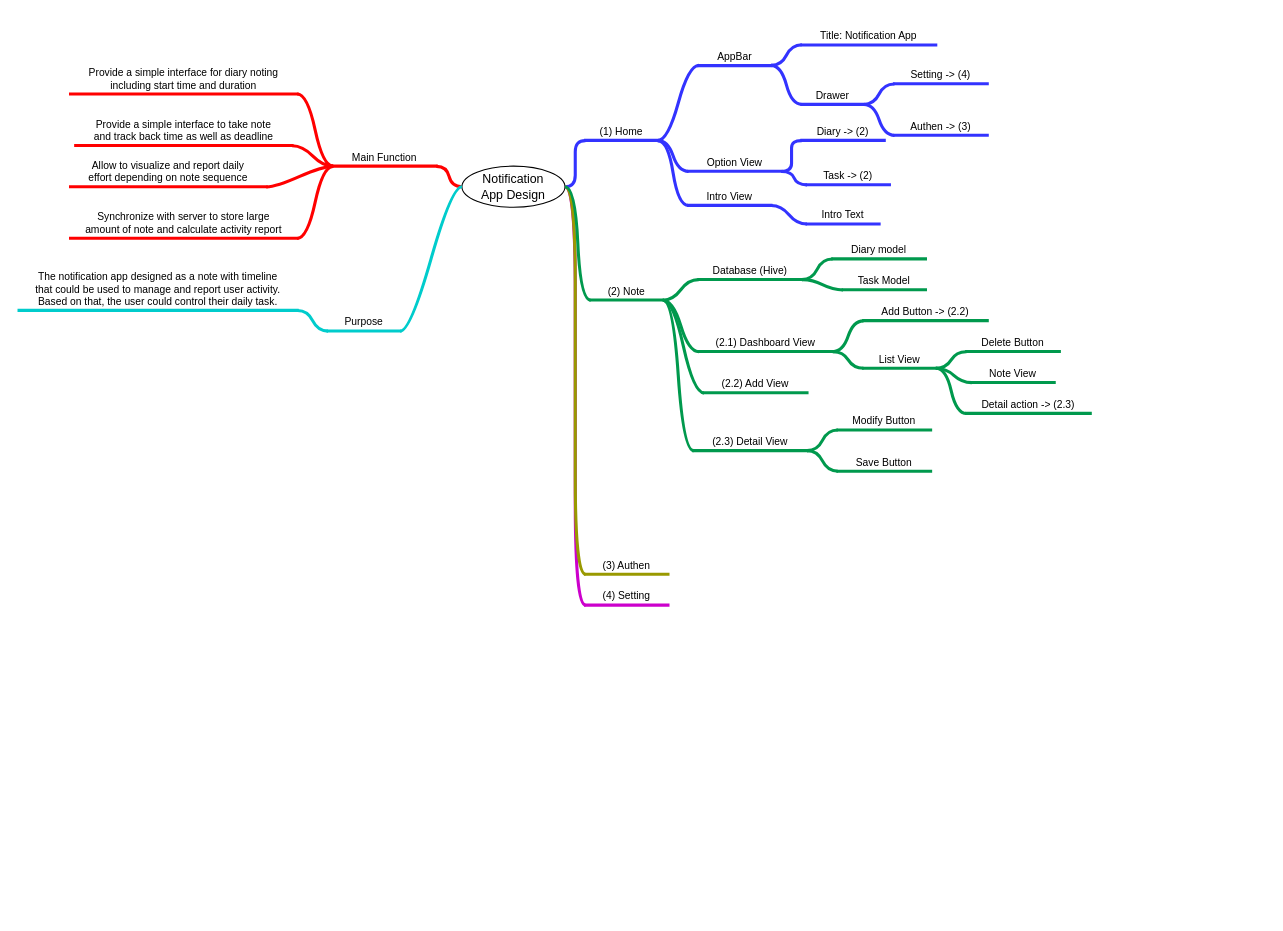
This is frontend/docs/app_design.drawio from larycoder/notification, a draw.io file, before an edit. Source tidied: cells renumbered, new cells numbered last; positions are measured from the earlier drawing's top-left corner, leaving out a move shared by most shapes. Both pictures are drawn from the tidied source at 103%, with x=0, y=0 at pixel (19, 18).
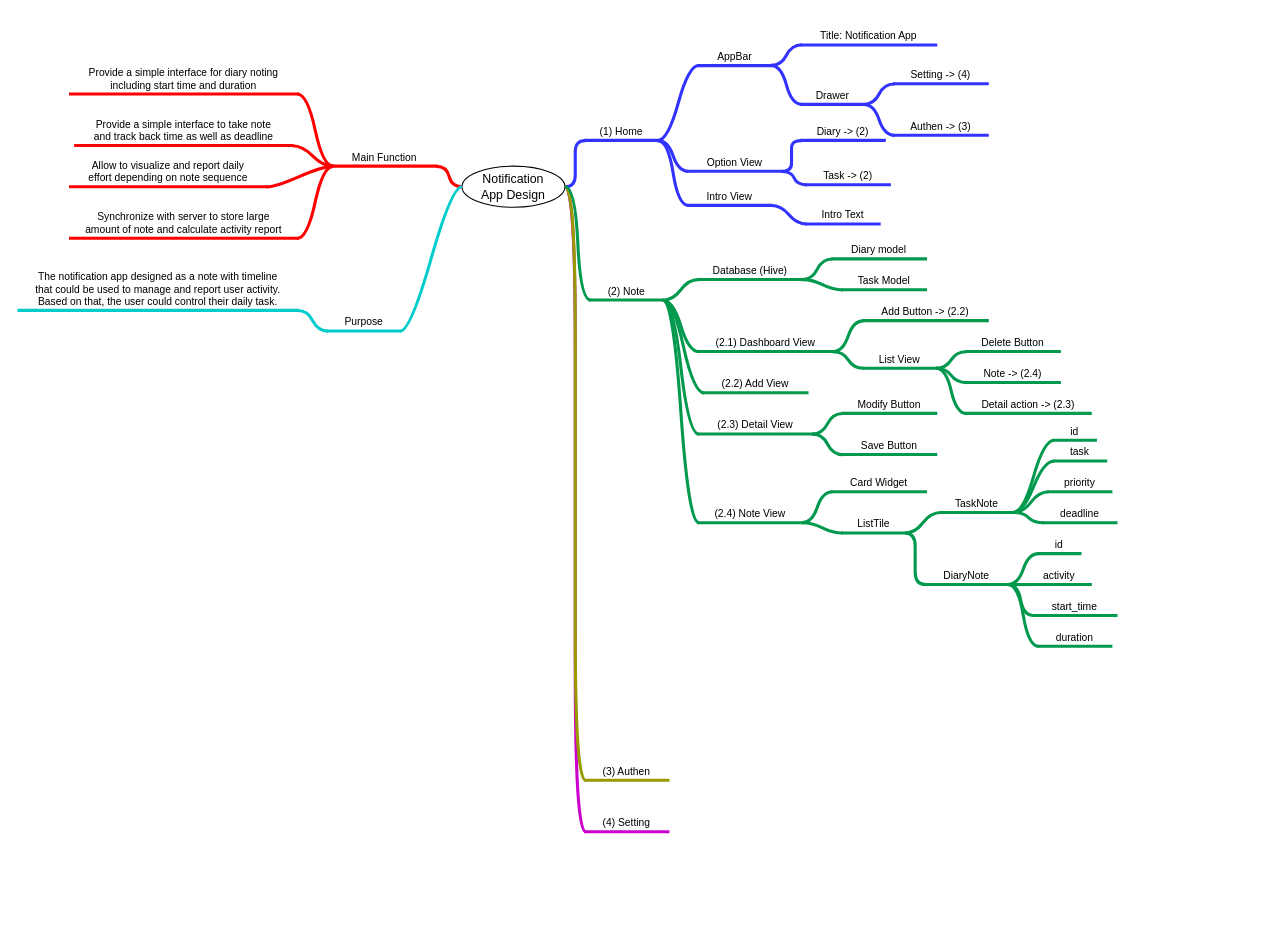
The same diagram, later.

Commit message (it also covers changes not shown here):
LH    : update design for note view

The change refers to these unchanged cells:
```xml
<mxCell id="40" value="(2) Note" style="whiteSpace=wrap;html=1;shape=partialRectangle;top=0;left=0;bottom=1;right=0;points=[[0,1],[1,1]];fillColor=none;align=center;verticalAlign=bottom;routingCenterY=0.5;snapToPoint=1;newEdgeStyle={&quot;edgeStyle&quot;:&quot;entityRelationEdgeStyle&quot;,&quot;startArrow&quot;:&quot;none&quot;,&quot;endArrow&quot;:&quot;none&quot;,&quot;segment&quot;:10,&quot;curved&quot;:1};fontSize=10;strokeColor=#00994D;strokeWidth=3;" parent="2" vertex="1">
  <mxGeometry x="485" y="253.8" width="70" height="20" as="geometry" />
</mxCell>
```

The edit, as a diff of the source:
```diff
@@
     <mxCell id="2" style="swimlane;startSize=0;horizontal=1;containerType=tree;strokeColor=none;" parent="1" vertex="1">
-      <mxGeometry x="70" width="1040" height="610" as="geometry" />
+      <mxGeometry x="70" width="1140" height="870" as="geometry" />
     </mxCell>
@@
     <mxCell id="36" value="(4) Setting" style="whiteSpace=wrap;html=1;shape=partialRectangle;top=0;left=0;bottom=1;right=0;points=[[0,1],[1,1]];fillColor=none;align=center;verticalAlign=bottom;routingCenterY=0.5;snapToPoint=1;newEdgeStyle={&quot;edgeStyle&quot;:&quot;entityRelationEdgeStyle&quot;,&quot;startArrow&quot;:&quot;none&quot;,&quot;endArrow&quot;:&quot;none&quot;,&quot;segment&quot;:10,&quot;curved&quot;:1};fontSize=10;strokeColor=#CC00CC;strokeWidth=3;" parent="2" vertex="1">
-      <mxGeometry x="480" y="550" width="80" height="20" as="geometry" />
+      <mxGeometry x="480" y="770" width="80" height="20" as="geometry" />
     </mxCell>
@@
     <mxCell id="38" value="(3) Authen" style="whiteSpace=wrap;html=1;shape=partialRectangle;top=0;left=0;bottom=1;right=0;points=[[0,1],[1,1]];fillColor=none;align=center;verticalAlign=bottom;routingCenterY=0.5;snapToPoint=1;newEdgeStyle={&quot;edgeStyle&quot;:&quot;entityRelationEdgeStyle&quot;,&quot;startArrow&quot;:&quot;none&quot;,&quot;endArrow&quot;:&quot;none&quot;,&quot;segment&quot;:10,&quot;curved&quot;:1};fontSize=10;strokeColor=#999900;strokeWidth=3;" parent="2" vertex="1">
-      <mxGeometry x="480" y="520" width="80" height="20" as="geometry" />
+      <mxGeometry x="480" y="720" width="80" height="20" as="geometry" />
     </mxCell>
@@
-    <mxCell id="63" value="Note View" style="whiteSpace=wrap;html=1;shape=partialRectangle;top=0;left=0;bottom=1;right=0;points=[[0,1],[1,1]];fillColor=none;align=center;verticalAlign=bottom;routingCenterY=0.5;snapToPoint=1;newEdgeStyle={&quot;edgeStyle&quot;:&quot;entityRelationEdgeStyle&quot;,&quot;startArrow&quot;:&quot;none&quot;,&quot;endArrow&quot;:&quot;none&quot;,&quot;segment&quot;:10,&quot;curved&quot;:1};fontSize=10;fontColor=#000000;strokeColor=#00994D;strokeWidth=3;" parent="2" vertex="1">
-      <mxGeometry x="855" y="333.8" width="80" height="20" as="geometry" />
+    <mxCell id="63" value="Note -&amp;gt; (2.4)" style="whiteSpace=wrap;html=1;shape=partialRectangle;top=0;left=0;bottom=1;right=0;points=[[0,1],[1,1]];fillColor=none;align=center;verticalAlign=bottom;routingCenterY=0.5;snapToPoint=1;newEdgeStyle={&quot;edgeStyle&quot;:&quot;entityRelationEdgeStyle&quot;,&quot;startArrow&quot;:&quot;none&quot;,&quot;endArrow&quot;:&quot;none&quot;,&quot;segment&quot;:10,&quot;curved&quot;:1};fontSize=10;fontColor=#000000;strokeColor=#00994D;strokeWidth=3;" parent="2" vertex="1">
+      <mxGeometry x="850" y="333.8" width="90" height="20" as="geometry" />
     </mxCell>
@@
     <mxCell id="67" value="&lt;div&gt;(2.3) Detail View&lt;br&gt;&lt;/div&gt;" style="whiteSpace=wrap;html=1;shape=partialRectangle;top=0;left=0;bottom=1;right=0;points=[[0,1],[1,1]];fillColor=none;align=center;verticalAlign=bottom;routingCenterY=0.5;snapToPoint=1;newEdgeStyle={&quot;edgeStyle&quot;:&quot;entityRelationEdgeStyle&quot;,&quot;startArrow&quot;:&quot;none&quot;,&quot;endArrow&quot;:&quot;none&quot;,&quot;segment&quot;:10,&quot;curved&quot;:1};fontSize=10;fontColor=#000000;strokeColor=#00994D;strokeWidth=3;" parent="2" vertex="1">
-      <mxGeometry x="585" y="400" width="110" height="20" as="geometry" />
+      <mxGeometry x="590" y="383.8" width="110" height="20" as="geometry" />
     </mxCell>
@@
     <mxCell id="69" value="Modify Button" style="whiteSpace=wrap;html=1;shape=partialRectangle;top=0;left=0;bottom=1;right=0;points=[[0,1],[1,1]];fillColor=none;align=center;verticalAlign=bottom;routingCenterY=0.5;snapToPoint=1;newEdgeStyle={&quot;edgeStyle&quot;:&quot;entityRelationEdgeStyle&quot;,&quot;startArrow&quot;:&quot;none&quot;,&quot;endArrow&quot;:&quot;none&quot;,&quot;segment&quot;:10,&quot;curved&quot;:1};fontSize=10;fontColor=#000000;strokeColor=#00994D;strokeWidth=3;" parent="2" vertex="1">
-      <mxGeometry x="725" y="380" width="90" height="20" as="geometry" />
+      <mxGeometry x="730" y="363.8" width="90" height="20" as="geometry" />
     </mxCell>
@@
     <mxCell id="71" value="Save Button" style="whiteSpace=wrap;html=1;shape=partialRectangle;top=0;left=0;bottom=1;right=0;points=[[0,1],[1,1]];fillColor=none;align=center;verticalAlign=bottom;routingCenterY=0.5;snapToPoint=1;newEdgeStyle={&quot;edgeStyle&quot;:&quot;entityRelationEdgeStyle&quot;,&quot;startArrow&quot;:&quot;none&quot;,&quot;endArrow&quot;:&quot;none&quot;,&quot;segment&quot;:10,&quot;curved&quot;:1};fontSize=10;fontColor=#000000;strokeColor=#00994D;strokeWidth=3;" parent="2" vertex="1">
-      <mxGeometry x="725" y="420" width="90" height="20" as="geometry" />
+      <mxGeometry x="730" y="403.8" width="90" height="20" as="geometry" />
     </mxCell>
+    <mxCell id="72" style="edgeStyle=entityRelationEdgeStyle;startArrow=none;endArrow=none;segment=10;curved=1;rounded=0;fontSize=10;fontColor=#000000;strokeColor=#00994D;strokeWidth=3;" parent="2" edge="1" source="40" target="73">
+      <mxGeometry relative="1" as="geometry" />
+    </mxCell>
+    <mxCell id="73" value="&lt;div&gt;(2.4) Note View&lt;br&gt;&lt;/div&gt;" style="whiteSpace=wrap;html=1;shape=partialRectangle;top=0;left=0;bottom=1;right=0;points=[[0,1],[1,1]];fillColor=none;align=center;verticalAlign=bottom;routingCenterY=0.5;snapToPoint=1;newEdgeStyle={&quot;edgeStyle&quot;:&quot;entityRelationEdgeStyle&quot;,&quot;startArrow&quot;:&quot;none&quot;,&quot;endArrow&quot;:&quot;none&quot;,&quot;segment&quot;:10,&quot;curved&quot;:1};fontSize=10;fontColor=#000000;strokeColor=#00994D;strokeWidth=3;" parent="2" vertex="1">
+      <mxGeometry x="590" y="470" width="100" height="20" as="geometry" />
+    </mxCell>
+    <mxCell id="74" style="edgeStyle=entityRelationEdgeStyle;startArrow=none;endArrow=none;segment=10;curved=1;rounded=0;fontSize=10;fontColor=#000000;strokeColor=#00994D;strokeWidth=3;" parent="2" edge="1" source="73" target="75">
+      <mxGeometry relative="1" as="geometry" />
+    </mxCell>
+    <mxCell id="75" value="Card Widget" style="whiteSpace=wrap;html=1;shape=partialRectangle;top=0;left=0;bottom=1;right=0;points=[[0,1],[1,1]];fillColor=none;align=center;verticalAlign=bottom;routingCenterY=0.5;snapToPoint=1;newEdgeStyle={&quot;edgeStyle&quot;:&quot;entityRelationEdgeStyle&quot;,&quot;startArrow&quot;:&quot;none&quot;,&quot;endArrow&quot;:&quot;none&quot;,&quot;segment&quot;:10,&quot;curved&quot;:1};fontSize=10;fontColor=#000000;strokeColor=#00994D;strokeWidth=3;" parent="2" vertex="1">
+      <mxGeometry x="720" y="440" width="90" height="20" as="geometry" />
+    </mxCell>
+    <mxCell id="76" style="edgeStyle=entityRelationEdgeStyle;startArrow=none;endArrow=none;segment=10;curved=1;rounded=0;fontSize=10;fontColor=#000000;strokeColor=#00994D;strokeWidth=3;" parent="2" edge="1" source="73" target="77">
+      <mxGeometry relative="1" as="geometry" />
+    </mxCell>
+    <mxCell id="77" value="ListTile" style="whiteSpace=wrap;html=1;shape=partialRectangle;top=0;left=0;bottom=1;right=0;points=[[0,1],[1,1]];fillColor=none;align=center;verticalAlign=bottom;routingCenterY=0.5;snapToPoint=1;newEdgeStyle={&quot;edgeStyle&quot;:&quot;entityRelationEdgeStyle&quot;,&quot;startArrow&quot;:&quot;none&quot;,&quot;endArrow&quot;:&quot;none&quot;,&quot;segment&quot;:10,&quot;curved&quot;:1};fontSize=10;fontColor=#000000;strokeColor=#00994D;strokeWidth=3;" parent="2" vertex="1">
+      <mxGeometry x="730" y="480" width="60" height="20" as="geometry" />
+    </mxCell>
+    <mxCell id="78" style="edgeStyle=entityRelationEdgeStyle;startArrow=none;endArrow=none;segment=10;curved=1;rounded=0;fontSize=10;fontColor=#000000;strokeColor=#00994D;strokeWidth=3;" parent="2" edge="1" source="77" target="79">
+      <mxGeometry relative="1" as="geometry" />
+    </mxCell>
+    <mxCell id="79" value="TaskNote" style="whiteSpace=wrap;html=1;shape=partialRectangle;top=0;left=0;bottom=1;right=0;points=[[0,1],[1,1]];fillColor=none;align=center;verticalAlign=bottom;routingCenterY=0.5;snapToPoint=1;newEdgeStyle={&quot;edgeStyle&quot;:&quot;entityRelationEdgeStyle&quot;,&quot;startArrow&quot;:&quot;none&quot;,&quot;endArrow&quot;:&quot;none&quot;,&quot;segment&quot;:10,&quot;curved&quot;:1};fontSize=10;fontColor=#000000;strokeColor=#00994D;strokeWidth=3;" parent="2" vertex="1">
+      <mxGeometry x="825" y="460" width="70" height="20" as="geometry" />
+    </mxCell>
+    <mxCell id="80" style="edgeStyle=entityRelationEdgeStyle;startArrow=none;endArrow=none;segment=10;curved=1;rounded=0;fontSize=10;fontColor=#000000;strokeColor=#00994D;strokeWidth=3;" parent="2" edge="1" source="77" target="81">
+      <mxGeometry relative="1" as="geometry" />
+    </mxCell>
+    <mxCell id="81" value="DiaryNote" style="whiteSpace=wrap;html=1;shape=partialRectangle;top=0;left=0;bottom=1;right=0;points=[[0,1],[1,1]];fillColor=none;align=center;verticalAlign=bottom;routingCenterY=0.5;snapToPoint=1;newEdgeStyle={&quot;edgeStyle&quot;:&quot;entityRelationEdgeStyle&quot;,&quot;startArrow&quot;:&quot;none&quot;,&quot;endArrow&quot;:&quot;none&quot;,&quot;segment&quot;:10,&quot;curved&quot;:1};fontSize=10;fontColor=#000000;strokeColor=#00994D;strokeWidth=3;" parent="2" vertex="1">
+      <mxGeometry x="810" y="530" width="80" height="20" as="geometry" />
+    </mxCell>
+    <mxCell id="82" style="edgeStyle=entityRelationEdgeStyle;startArrow=none;endArrow=none;segment=10;curved=1;rounded=0;fontSize=10;fontColor=#000000;strokeColor=#00994D;strokeWidth=3;" parent="2" edge="1" source="79" target="83">
+      <mxGeometry relative="1" as="geometry" />
+    </mxCell>
+    <mxCell id="83" value="id" style="whiteSpace=wrap;html=1;shape=partialRectangle;top=0;left=0;bottom=1;right=0;points=[[0,1],[1,1]];fillColor=none;align=center;verticalAlign=bottom;routingCenterY=0.5;snapToPoint=1;newEdgeStyle={&quot;edgeStyle&quot;:&quot;entityRelationEdgeStyle&quot;,&quot;startArrow&quot;:&quot;none&quot;,&quot;endArrow&quot;:&quot;none&quot;,&quot;segment&quot;:10,&quot;curved&quot;:1};fontSize=10;fontColor=#000000;strokeColor=#00994D;strokeWidth=3;" parent="2" vertex="1">
+      <mxGeometry x="935" y="390" width="40" height="20" as="geometry" />
+    </mxCell>
+    <mxCell id="84" style="edgeStyle=entityRelationEdgeStyle;startArrow=none;endArrow=none;segment=10;curved=1;rounded=0;fontSize=10;fontColor=#000000;strokeColor=#00994D;strokeWidth=3;" parent="2" edge="1" source="79" target="85">
+      <mxGeometry relative="1" as="geometry" />
+    </mxCell>
+    <mxCell id="85" value="task" style="whiteSpace=wrap;html=1;shape=partialRectangle;top=0;left=0;bottom=1;right=0;points=[[0,1],[1,1]];fillColor=none;align=center;verticalAlign=bottom;routingCenterY=0.5;snapToPoint=1;newEdgeStyle={&quot;edgeStyle&quot;:&quot;entityRelationEdgeStyle&quot;,&quot;startArrow&quot;:&quot;none&quot;,&quot;endArrow&quot;:&quot;none&quot;,&quot;segment&quot;:10,&quot;curved&quot;:1};fontSize=10;fontColor=#000000;strokeColor=#00994D;strokeWidth=3;" parent="2" vertex="1">
+      <mxGeometry x="935" y="410" width="50" height="20" as="geometry" />
+    </mxCell>
+    <mxCell id="86" style="edgeStyle=entityRelationEdgeStyle;startArrow=none;endArrow=none;segment=10;curved=1;rounded=0;fontSize=10;fontColor=#000000;strokeColor=#00994D;strokeWidth=3;" parent="2" edge="1" source="79" target="87">
+      <mxGeometry relative="1" as="geometry" />
+    </mxCell>
+    <mxCell id="87" value="priority" style="whiteSpace=wrap;html=1;shape=partialRectangle;top=0;left=0;bottom=1;right=0;points=[[0,1],[1,1]];fillColor=none;align=center;verticalAlign=bottom;routingCenterY=0.5;snapToPoint=1;newEdgeStyle={&quot;edgeStyle&quot;:&quot;entityRelationEdgeStyle&quot;,&quot;startArrow&quot;:&quot;none&quot;,&quot;endArrow&quot;:&quot;none&quot;,&quot;segment&quot;:10,&quot;curved&quot;:1};fontSize=10;fontColor=#000000;strokeColor=#00994D;strokeWidth=3;" parent="2" vertex="1">
+      <mxGeometry x="930" y="440" width="60" height="20" as="geometry" />
+    </mxCell>
+    <mxCell id="88" style="edgeStyle=entityRelationEdgeStyle;startArrow=none;endArrow=none;segment=10;curved=1;rounded=0;fontSize=10;fontColor=#000000;strokeColor=#00994D;strokeWidth=3;" parent="2" edge="1" source="79" target="89">
+      <mxGeometry relative="1" as="geometry" />
+    </mxCell>
+    <mxCell id="89" value="deadline" style="whiteSpace=wrap;html=1;shape=partialRectangle;top=0;left=0;bottom=1;right=0;points=[[0,1],[1,1]];fillColor=none;align=center;verticalAlign=bottom;routingCenterY=0.5;snapToPoint=1;newEdgeStyle={&quot;edgeStyle&quot;:&quot;entityRelationEdgeStyle&quot;,&quot;startArrow&quot;:&quot;none&quot;,&quot;endArrow&quot;:&quot;none&quot;,&quot;segment&quot;:10,&quot;curved&quot;:1};fontSize=10;fontColor=#000000;strokeColor=#00994D;strokeWidth=3;" parent="2" vertex="1">
+      <mxGeometry x="925" y="470" width="70" height="20" as="geometry" />
+    </mxCell>
+    <mxCell id="90" style="edgeStyle=entityRelationEdgeStyle;startArrow=none;endArrow=none;segment=10;curved=1;rounded=0;fontSize=10;fontColor=#000000;strokeColor=#00994D;strokeWidth=3;" parent="2" edge="1" source="81" target="91">
+      <mxGeometry relative="1" as="geometry" />
+    </mxCell>
+    <mxCell id="91" value="id" style="whiteSpace=wrap;html=1;shape=partialRectangle;top=0;left=0;bottom=1;right=0;points=[[0,1],[1,1]];fillColor=none;align=center;verticalAlign=bottom;routingCenterY=0.5;snapToPoint=1;newEdgeStyle={&quot;edgeStyle&quot;:&quot;entityRelationEdgeStyle&quot;,&quot;startArrow&quot;:&quot;none&quot;,&quot;endArrow&quot;:&quot;none&quot;,&quot;segment&quot;:10,&quot;curved&quot;:1};fontSize=10;fontColor=#000000;strokeColor=#00994D;strokeWidth=3;" parent="2" vertex="1">
+      <mxGeometry x="920" y="500" width="40" height="20" as="geometry" />
+    </mxCell>
+    <mxCell id="92" style="edgeStyle=entityRelationEdgeStyle;startArrow=none;endArrow=none;segment=10;curved=1;rounded=0;fontSize=10;fontColor=#000000;strokeColor=#00994D;strokeWidth=3;" parent="2" edge="1" source="81" target="93">
+      <mxGeometry relative="1" as="geometry" />
+    </mxCell>
+    <mxCell id="93" value="activity" style="whiteSpace=wrap;html=1;shape=partialRectangle;top=0;left=0;bottom=1;right=0;points=[[0,1],[1,1]];fillColor=none;align=center;verticalAlign=bottom;routingCenterY=0.5;snapToPoint=1;newEdgeStyle={&quot;edgeStyle&quot;:&quot;entityRelationEdgeStyle&quot;,&quot;startArrow&quot;:&quot;none&quot;,&quot;endArrow&quot;:&quot;none&quot;,&quot;segment&quot;:10,&quot;curved&quot;:1};fontSize=10;fontColor=#000000;strokeColor=#00994D;strokeWidth=3;" parent="2" vertex="1">
+      <mxGeometry x="910" y="530" width="60" height="20" as="geometry" />
+    </mxCell>
+    <mxCell id="94" style="edgeStyle=entityRelationEdgeStyle;startArrow=none;endArrow=none;segment=10;curved=1;rounded=0;fontSize=10;fontColor=#000000;strokeColor=#00994D;strokeWidth=3;" parent="2" edge="1" source="81" target="95">
+      <mxGeometry relative="1" as="geometry" />
+    </mxCell>
+    <mxCell id="95" value="start_time" style="whiteSpace=wrap;html=1;shape=partialRectangle;top=0;left=0;bottom=1;right=0;points=[[0,1],[1,1]];fillColor=none;align=center;verticalAlign=bottom;routingCenterY=0.5;snapToPoint=1;newEdgeStyle={&quot;edgeStyle&quot;:&quot;entityRelationEdgeStyle&quot;,&quot;startArrow&quot;:&quot;none&quot;,&quot;endArrow&quot;:&quot;none&quot;,&quot;segment&quot;:10,&quot;curved&quot;:1};fontSize=10;fontColor=#000000;strokeColor=#00994D;strokeWidth=3;" parent="2" vertex="1">
+      <mxGeometry x="915" y="560" width="80" height="20" as="geometry" />
+    </mxCell>
+    <mxCell id="96" style="edgeStyle=entityRelationEdgeStyle;startArrow=none;endArrow=none;segment=10;curved=1;rounded=0;fontSize=10;fontColor=#000000;strokeColor=#00994D;strokeWidth=3;" parent="2" edge="1" source="81" target="97">
+      <mxGeometry relative="1" as="geometry" />
+    </mxCell>
+    <mxCell id="97" value="duration" style="whiteSpace=wrap;html=1;shape=partialRectangle;top=0;left=0;bottom=1;right=0;points=[[0,1],[1,1]];fillColor=none;align=center;verticalAlign=bottom;routingCenterY=0.5;snapToPoint=1;newEdgeStyle={&quot;edgeStyle&quot;:&quot;entityRelationEdgeStyle&quot;,&quot;startArrow&quot;:&quot;none&quot;,&quot;endArrow&quot;:&quot;none&quot;,&quot;segment&quot;:10,&quot;curved&quot;:1};fontSize=10;fontColor=#000000;strokeColor=#00994D;strokeWidth=3;" parent="2" vertex="1">
+      <mxGeometry x="920" y="590" width="70" height="20" as="geometry" />
+    </mxCell>
```
